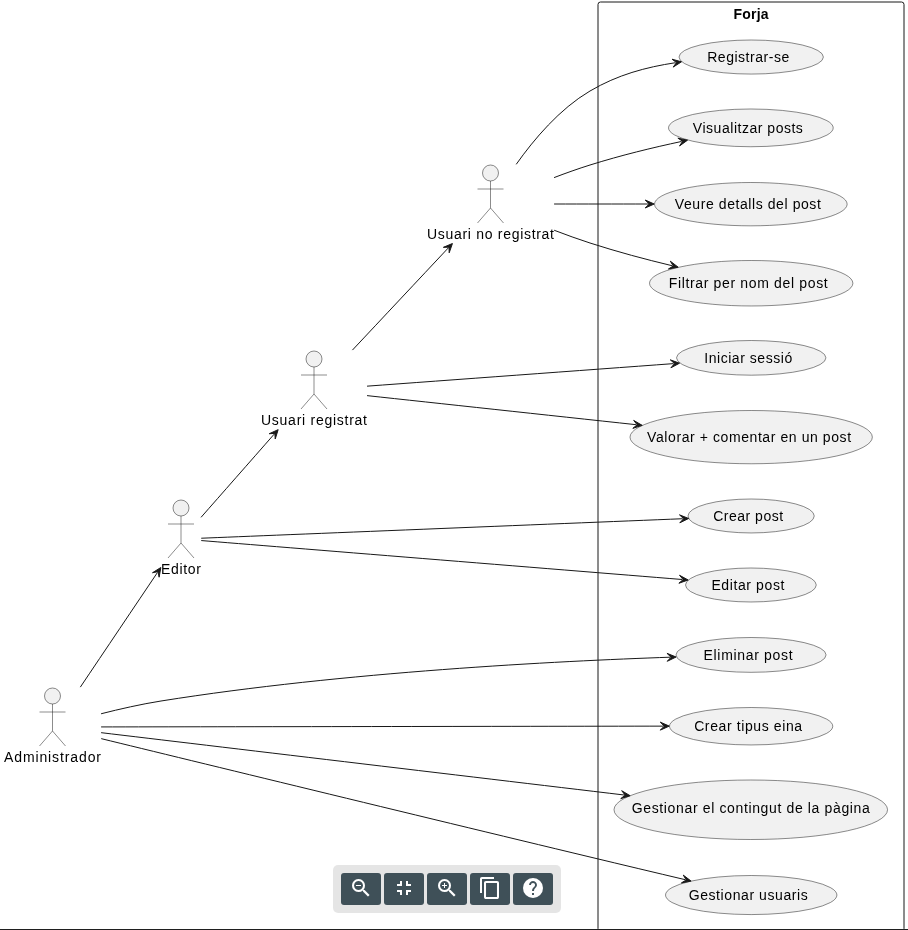
agarcia-icv/projecte-final keeps this PlantUML diagram as docs/04_model-de-negoci.png. Above is the earlier version. Its source is kept beside it as docs/04_model-de-negoci.puml.
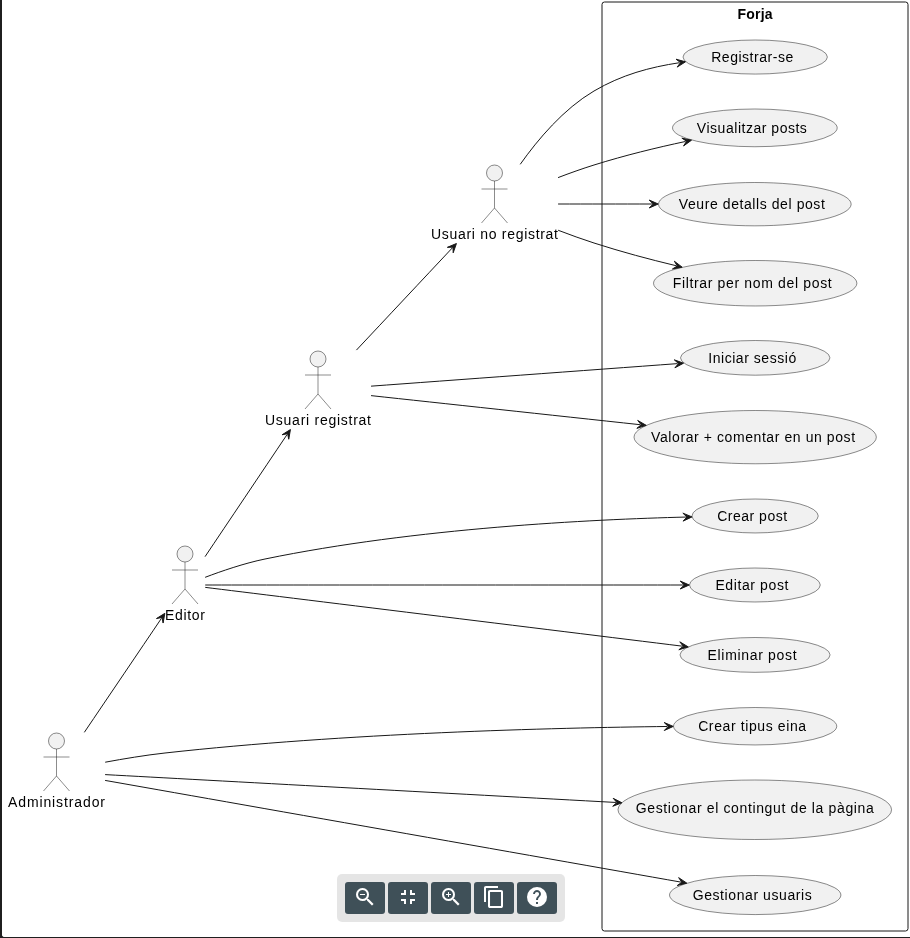
Later version of the same file.

Diff of the diagram source:
```diff
@@ -35,10 +35,10 @@
 
 Editor --> UC6
 Editor --> UC7
+Editor --> UC8
 
 Administrador --> Editor
 
-Administrador --> UC8
 Administrador --> UC9
 Administrador --> UC10
 Administrador --> UC11
```
